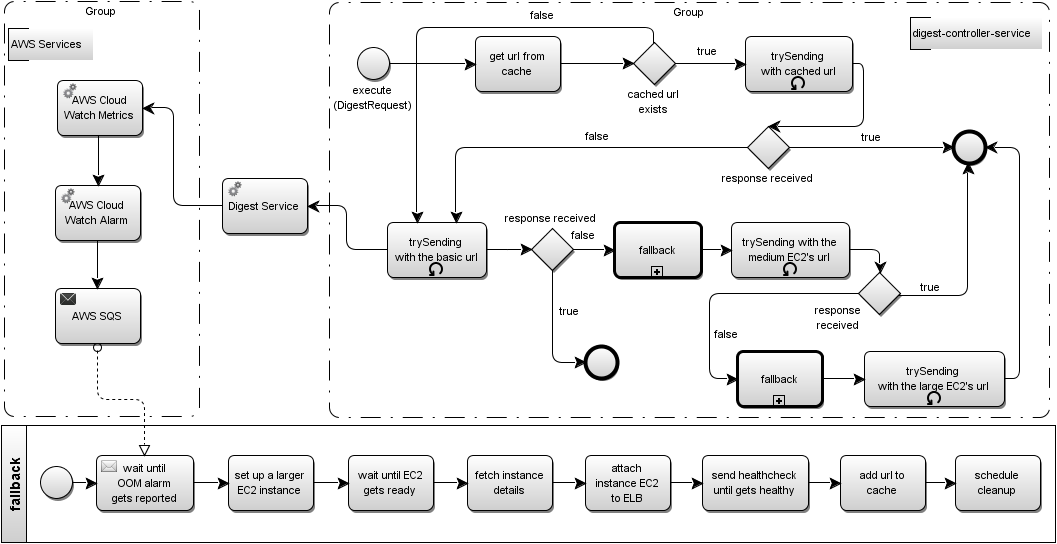
The BPMN diagram src/main/resources/fallback.png in smolnik/digest-controller-service, before a commit. Its source is kept beside it as src/main/resources/fallback.bpmn. Ids are renumbered.
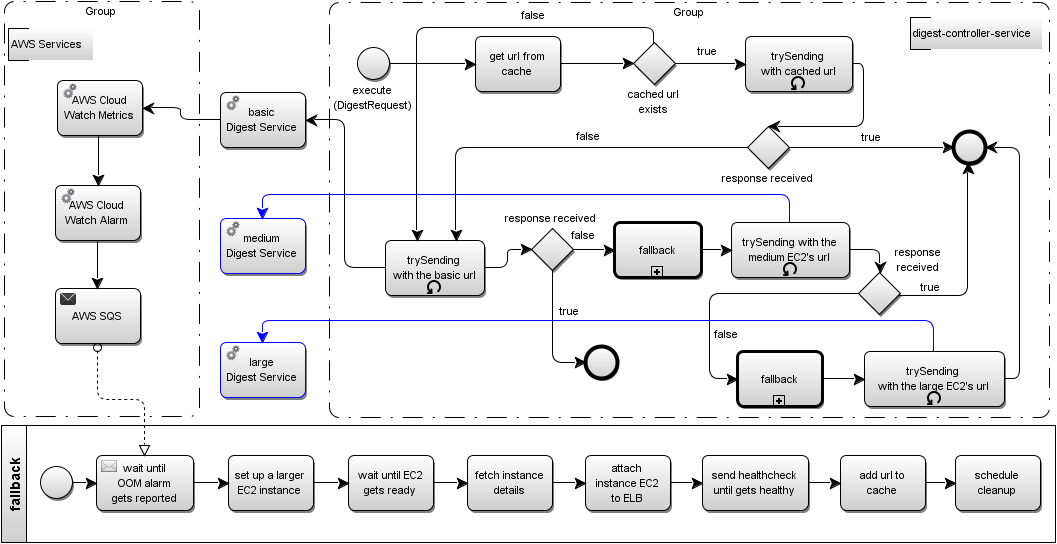
After the change.

Change to the diagram source:
```diff
@@ -18,8 +18,8 @@
     </exclusiveGateway>
-    <serviceTask completionQuantity="1" id="_16" implementation="##WebService" isForCompensation="false" name="Digest Service" startQuantity="1">
+    <serviceTask completionQuantity="1" id="_16" implementation="##WebService" isForCompensation="false" name="basic&#10;Digest Service" startQuantity="1">
       <incoming>_36</incoming>
-      <outgoing>_54</outgoing>
+      <outgoing>_51</outgoing>
     </serviceTask>
     <serviceTask completionQuantity="1" id="_18" implementation="##WebService" isForCompensation="false" name="AWS Cloud Watch Metrics" startQuantity="1">
-      <incoming>_54</incoming>
+      <incoming>_51</incoming>
       <outgoing>_55</outgoing>
@@ -53,2 +53,3 @@
       <outgoing>_41</outgoing>
+      <outgoing>_49</outgoing>
       <standardLoopCharacteristics testBefore="false"/>
@@ -73,2 +74,3 @@
       <outgoing>_53</outgoing>
+      <outgoing>_45</outgoing>
       <standardLoopCharacteristics testBefore="false"/>
@@ -88,3 +90,3 @@
       <extensionElements>
-        <yaoqiang:label offset-x="-41.0" offset-y="-14.0"/>
+        <yaoqiang:label offset-x="39.0" offset-y="-72.0"/>
       </extensionElements>
@@ -117,3 +119,7 @@
     <sequenceFlow id="_25" sourceRef="_2" targetRef="_15"/>
-    <sequenceFlow id="_36" sourceRef="_5" targetRef="_16"/>
+    <sequenceFlow id="_36" sourceRef="_5" targetRef="_16">
+      <extensionElements>
+        <yaoqiang:style strokeColor="#0000FF"/>
+      </extensionElements>
+    </sequenceFlow>
     <endEvent id="_44">
@@ -139,3 +145,2 @@
     <sequenceFlow id="_53" sourceRef="_32" targetRef="_35"/>
-    <sequenceFlow id="_54" sourceRef="_16" targetRef="_18"/>
     <sequenceFlow id="_55" sourceRef="_18" targetRef="_24"/>
@@ -143,2 +148,25 @@
     <sequenceFlow id="_65" sourceRef="_5" targetRef="_31"/>
+    <serviceTask completionQuantity="1" id="_42" implementation="##WebService" isForCompensation="false" name="medium&#10;Digest Service" startQuantity="1">
+      <extensionElements>
+        <yaoqiang:style strokeColor="#0000FF"/>
+      </extensionElements>
+      <incoming>_49</incoming>
+    </serviceTask>
+    <serviceTask completionQuantity="1" id="_43" implementation="##WebService" isForCompensation="false" name="large&#10;Digest Service" startQuantity="1">
+      <extensionElements>
+        <yaoqiang:style strokeColor="#0000FF"/>
+      </extensionElements>
+      <incoming>_45</incoming>
+    </serviceTask>
+    <sequenceFlow id="_45" sourceRef="_32" targetRef="_43">
+      <extensionElements>
+        <yaoqiang:style strokeColor="#0000FF"/>
+      </extensionElements>
+    </sequenceFlow>
+    <sequenceFlow id="_49" sourceRef="_27" targetRef="_42">
+      <extensionElements>
+        <yaoqiang:style strokeColor="#0000FF"/>
+      </extensionElements>
+    </sequenceFlow>
+    <sequenceFlow id="_51" sourceRef="_16" targetRef="_18"/>
   </process>
@@ -165,6 +193,6 @@
     <textAnnotation id="_69" textFormat="text/plain">
-      <text>digest-controller-service</text>
+      <text>Digest Controller Service</text>
     </textAnnotation>
+    <group categoryValueRef="CAT_1_1" id="_33"/>
     <group categoryValueRef="CAT_1_1" id="_34"/>
-    <group categoryValueRef="CAT_1_1" id="_33"/>
   </collaboration>
@@ -217,2 +245,8 @@
     <bpmndi:BPMNPlane bpmnElement="COLLABORATION_1">
+      <bpmndi:BPMNShape bpmnElement="_34" id="Yaoqiang-_34">
+        <dc:Bounds height="415.0" width="195.0" x="72.0" y="154.0"/>
+        <bpmndi:BPMNLabel>
+          <dc:Bounds height="19.8359375" width="36.0" x="151.5" y="156.0"/>
+        </bpmndi:BPMNLabel>
+      </bpmndi:BPMNShape>
       <bpmndi:BPMNShape bpmnElement="_33" id="Yaoqiang-_33">
@@ -221,8 +255,2 @@
           <dc:Bounds height="19.8359375" width="36.0" x="739.0" y="157.0"/>
-        </bpmndi:BPMNLabel>
-      </bpmndi:BPMNShape>
-      <bpmndi:BPMNShape bpmnElement="_34" id="Yaoqiang-_34">
-        <dc:Bounds height="415.0" width="195.0" x="72.0" y="154.0"/>
-        <bpmndi:BPMNLabel>
-          <dc:Bounds height="19.8359375" width="36.0" x="151.5" y="156.0"/>
         </bpmndi:BPMNLabel>
@@ -248,5 +276,5 @@
       <bpmndi:BPMNShape bpmnElement="_16" id="Yaoqiang-_16">
-        <dc:Bounds height="55.0" width="85.0" x="290.0" y="331.0"/>
+        <dc:Bounds height="55.0" width="85.0" x="288.0" y="245.0"/>
         <bpmndi:BPMNLabel>
-          <dc:Bounds height="19.8359375" width="76.0" x="294.5" y="350.58203125"/>
+          <dc:Bounds height="34.8359375" width="76.0" x="292.5" y="257.08203125"/>
         </bpmndi:BPMNLabel>
@@ -266,5 +294,5 @@
       <bpmndi:BPMNShape bpmnElement="_5" id="Yaoqiang-_5">
-        <dc:Bounds height="55.0" width="99.0" x="455.0" y="375.0"/>
+        <dc:Bounds height="55.0" width="99.0" x="453.0" y="393.0"/>
         <bpmndi:BPMNLabel>
-          <dc:Bounds height="34.8359375" width="89.0" x="460.0" y="387.08203125"/>
+          <dc:Bounds height="34.8359375" width="89.0" x="458.0" y="405.08203125"/>
         </bpmndi:BPMNLabel>
@@ -334,3 +362,3 @@
         <bpmndi:BPMNLabel>
-          <dc:Bounds height="34.8359375" width="52.0" x="880.0" y="455.0"/>
+          <dc:Bounds height="34.8359375" width="52.0" x="960.0" y="397.0"/>
         </bpmndi:BPMNLabel>
@@ -352,3 +380,15 @@
         <bpmndi:BPMNLabel>
-          <dc:Bounds height="19.8359375" width="124.0" x="978.0" y="178.08203125"/>
+          <dc:Bounds height="19.8359375" width="125.0" x="978.0" y="178.08203125"/>
+        </bpmndi:BPMNLabel>
+      </bpmndi:BPMNShape>
+      <bpmndi:BPMNShape bpmnElement="_42" id="Yaoqiang-_42">
+        <dc:Bounds height="55.0" width="85.0" x="288.0" y="371.0"/>
+        <bpmndi:BPMNLabel>
+          <dc:Bounds height="34.8359375" width="76.0" x="292.5" y="383.08203125"/>
+        </bpmndi:BPMNLabel>
+      </bpmndi:BPMNShape>
+      <bpmndi:BPMNShape bpmnElement="_43" id="Yaoqiang-_43">
+        <dc:Bounds height="55.0" width="85.0" x="288.0" y="495.0"/>
+        <bpmndi:BPMNLabel>
+          <dc:Bounds height="34.8359375" width="76.0" x="292.5" y="507.08203125"/>
         </bpmndi:BPMNLabel>
@@ -364,3 +404,3 @@
         <bpmndi:BPMNLabel>
-          <dc:Bounds height="19.8359375" width="6.0" x="121.83333333333326" y="659.4153645833333"/>
+          <dc:Bounds height="19.8359375" width="6.0" x="121.83333333333327" y="659.4153645833333"/>
         </bpmndi:BPMNLabel>
@@ -410,6 +450,6 @@
       <bpmndi:BPMNEdge bpmnElement="_59" id="Yaoqiang-_59" sourceElement="_19" targetElement="_20">
-        <di:waypoint x="381.5" y="635.5"/>
-        <di:waypoint x="416.5" y="635.5"/>
+        <di:waypoint x="381.0" y="635.5"/>
+        <di:waypoint x="416.0" y="635.5"/>
         <bpmndi:BPMNLabel>
-          <dc:Bounds height="19.8359375" width="6.0" x="396.0" y="625.58203125"/>
+          <dc:Bounds height="19.8359375" width="6.0" x="395.5" y="625.58203125"/>
         </bpmndi:BPMNLabel>
@@ -417,6 +457,6 @@
       <bpmndi:BPMNEdge bpmnElement="_58" id="Yaoqiang-_58" sourceElement="_13" targetElement="_19">
-        <di:waypoint x="261.5" y="635.5"/>
-        <di:waypoint x="296.5" y="635.5"/>
+        <di:waypoint x="261.0" y="635.5"/>
+        <di:waypoint x="296.0" y="635.5"/>
         <bpmndi:BPMNLabel>
-          <dc:Bounds height="19.8359375" width="6.0" x="276.0" y="625.58203125"/>
+          <dc:Bounds height="19.8359375" width="6.0" x="275.5" y="625.58203125"/>
         </bpmndi:BPMNLabel>
@@ -424,4 +464,4 @@
       <bpmndi:BPMNEdge bpmnElement="_25" id="Yaoqiang-_25" sourceElement="_2" targetElement="_15">
-        <di:waypoint x="457.49652740093575" y="216.33333333333331"/>
-        <di:waypoint x="543.5" y="216.5"/>
+        <di:waypoint x="457.99652740093575" y="216.33333333333331"/>
+        <di:waypoint x="543.0" y="216.5"/>
         <bpmndi:BPMNLabel>
@@ -431,4 +471,4 @@
       <bpmndi:BPMNEdge bpmnElement="_57" id="Yaoqiang-_57" sourceElement="_23" targetElement="_13">
-        <di:waypoint x="140.49652740093575" y="635.3333333333333"/>
-        <di:waypoint x="164.5" y="635.5"/>
+        <di:waypoint x="140.99652740093578" y="635.3333333333333"/>
+        <di:waypoint x="164.0" y="635.5"/>
         <bpmndi:BPMNLabel>
@@ -451,14 +491,6 @@
       </bpmndi:BPMNEdge>
-      <bpmndi:BPMNEdge bpmnElement="_54" id="Yaoqiang-_54" sourceElement="_16" targetElement="_18">
-        <di:waypoint x="290.5" y="358.5"/>
-        <di:waypoint x="242.0" y="291.0"/>
-        <di:waypoint x="210.5" y="260.5"/>
-        <bpmndi:BPMNLabel>
-          <dc:Bounds height="19.8359375" width="6.0" x="239.0" y="308.08203125"/>
-        </bpmndi:BPMNLabel>
-      </bpmndi:BPMNEdge>
       <bpmndi:BPMNEdge bpmnElement="_53" id="Yaoqiang-_53" sourceElement="_32" targetElement="_35">
-        <di:waypoint x="1072.5" y="531.5"/>
+        <di:waypoint x="1072.0" y="531.5"/>
         <di:waypoint x="1088.0" y="474.0"/>
-        <di:waypoint x="1053.5" y="300.0"/>
+        <di:waypoint x="1053.0" y="300.0"/>
         <bpmndi:BPMNLabel>
@@ -468,7 +500,14 @@
       <bpmndi:BPMNEdge bpmnElement="_52" id="Yaoqiang-_52" sourceElement="_39" targetElement="_35">
-        <di:waypoint x="966.5" y="448.0"/>
+        <di:waypoint x="966.0" y="448.0"/>
         <di:waypoint x="1036.0" y="448.0"/>
-        <di:waypoint x="1036.0" y="315.929532322074"/>
+        <di:waypoint x="1036.0" y="315.9687194226713"/>
         <bpmndi:BPMNLabel>
-          <dc:Bounds height="19.8359375" width="25.0" x="986.0" y="432.08203125"/>
+          <dc:Bounds height="19.8359375" width="25.0" x="985.5" y="432.08203125"/>
+        </bpmndi:BPMNLabel>
+      </bpmndi:BPMNEdge>
+      <bpmndi:BPMNEdge bpmnElement="_51" id="Yaoqiang-_51" sourceElement="_16" targetElement="_18">
+        <di:waypoint x="288.0" y="272.5"/>
+        <di:waypoint x="210.0" y="260.5"/>
+        <bpmndi:BPMNLabel>
+          <dc:Bounds height="19.8359375" width="6.0" x="246.0" y="256.58203125"/>
         </bpmndi:BPMNLabel>
@@ -476,6 +515,6 @@
       <bpmndi:BPMNEdge bpmnElement="_50" id="Yaoqiang-_50" sourceElement="_28" targetElement="_32">
-        <di:waypoint x="890.5" y="531.5"/>
-        <di:waypoint x="932.5" y="531.5"/>
+        <di:waypoint x="890.0" y="531.5"/>
+        <di:waypoint x="932.0" y="531.5"/>
         <bpmndi:BPMNLabel>
-          <dc:Bounds height="19.8359375" width="6.0" x="908.5" y="521.58203125"/>
+          <dc:Bounds height="19.8359375" width="6.0" x="908.0" y="521.58203125"/>
         </bpmndi:BPMNLabel>
@@ -483,7 +522,15 @@
       <bpmndi:BPMNEdge bpmnElement="_9" id="Yaoqiang-_9" sourceElement="_10" targetElement="_5">
-        <di:waypoint x="722.0" y="195.5"/>
+        <di:waypoint x="722.0" y="195.0"/>
         <di:waypoint x="485.0" y="180.0"/>
-        <di:waypoint x="485.0" y="375.0"/>
+        <di:waypoint x="485.0" y="393.0"/>
         <bpmndi:BPMNLabel>
-          <dc:Bounds height="19.8359375" width="30.0" x="595.75" y="160.08203125"/>
+          <dc:Bounds height="19.8359375" width="30.0" x="586.5" y="160.08203125"/>
+        </bpmndi:BPMNLabel>
+      </bpmndi:BPMNEdge>
+      <bpmndi:BPMNEdge bpmnElement="_49" id="Yaoqiang-_49" sourceElement="_27" targetElement="_42">
+        <di:waypoint x="858.0" y="375.0"/>
+        <di:waypoint x="596.0" y="347.0"/>
+        <di:waypoint x="330.5" y="371.0"/>
+        <bpmndi:BPMNLabel>
+          <dc:Bounds height="19.8359375" width="6.0" x="593.25" y="337.08203125"/>
         </bpmndi:BPMNLabel>
@@ -491,6 +538,6 @@
       <bpmndi:BPMNEdge bpmnElement="_17" id="Yaoqiang-_17" sourceElement="_15" targetElement="_10">
-        <di:waypoint x="628.5" y="216.5"/>
-        <di:waypoint x="701.5" y="216.0"/>
+        <di:waypoint x="628.0" y="216.5"/>
+        <di:waypoint x="701.0" y="216.0"/>
         <bpmndi:BPMNLabel>
-          <dc:Bounds height="19.8359375" width="6.0" x="661.75" y="206.08203125"/>
+          <dc:Bounds height="19.8359375" width="6.0" x="661.5" y="206.33203125"/>
         </bpmndi:BPMNLabel>
@@ -498,6 +545,6 @@
       <bpmndi:BPMNEdge bpmnElement="_48" id="Yaoqiang-_48" sourceElement="_22" targetElement="_27">
-        <di:waypoint x="769.5" y="402.5"/>
-        <di:waypoint x="799.5" y="402.5"/>
+        <di:waypoint x="769.0" y="402.5"/>
+        <di:waypoint x="799.0" y="402.5"/>
         <bpmndi:BPMNLabel>
-          <dc:Bounds height="19.8359375" width="6.0" x="781.5" y="392.58203125"/>
+          <dc:Bounds height="19.8359375" width="6.0" x="781.0" y="392.58203125"/>
         </bpmndi:BPMNLabel>
@@ -505,6 +552,14 @@
       <bpmndi:BPMNEdge bpmnElement="_47" id="Yaoqiang-_47" sourceElement="_31" targetElement="_22">
-        <di:waypoint x="641.5" y="402.0"/>
-        <di:waypoint x="682.5" y="402.5"/>
+        <di:waypoint x="641.0" y="402.0"/>
+        <di:waypoint x="682.0" y="402.5"/>
         <bpmndi:BPMNLabel>
-          <dc:Bounds height="19.8359375" width="30.0" x="636.5" y="380.08203125"/>
+          <dc:Bounds height="19.8359375" width="30.0" x="636.0" y="380.08203125"/>
+        </bpmndi:BPMNLabel>
+      </bpmndi:BPMNEdge>
+      <bpmndi:BPMNEdge bpmnElement="_46" id="Yaoqiang-_46" sourceElement="_31" targetElement="_44">
+        <di:waypoint x="621.0" y="422.0"/>
+        <di:waypoint x="621.0" y="515.0"/>
+        <di:waypoint x="653.0" y="515.0"/>
+        <bpmndi:BPMNLabel>
+          <dc:Bounds height="19.8359375" width="25.0" x="624.5" y="456.08203125"/>
         </bpmndi:BPMNLabel>
@@ -512,14 +567,14 @@
       <bpmndi:BPMNEdge bpmnElement="_14" id="Yaoqiang-_14" sourceElement="_10" targetElement="_26">
-        <di:waypoint x="743.5" y="216.0"/>
-        <di:waypoint x="813.5" y="216.5"/>
+        <di:waypoint x="743.0" y="216.0"/>
+        <di:waypoint x="813.0" y="216.5"/>
         <bpmndi:BPMNLabel>
-          <dc:Bounds height="19.8359375" width="25.0" x="763.75" y="195.58203125"/>
+          <dc:Bounds height="19.8359375" width="25.0" x="774.5" y="206.33203125"/>
         </bpmndi:BPMNLabel>
       </bpmndi:BPMNEdge>
-      <bpmndi:BPMNEdge bpmnElement="_46" id="Yaoqiang-_46" sourceElement="_31" targetElement="_44">
-        <di:waypoint x="621.0" y="422.5"/>
-        <di:waypoint x="621.0" y="515.0"/>
-        <di:waypoint x="653.5" y="515.0"/>
+      <bpmndi:BPMNEdge bpmnElement="_45" id="Yaoqiang-_45" sourceElement="_32" targetElement="_43">
+        <di:waypoint x="1002.0" y="504.0"/>
+        <di:waypoint x="663.0" y="473.0"/>
+        <di:waypoint x="330.5" y="495.0"/>
         <bpmndi:BPMNLabel>
-          <dc:Bounds height="19.8359375" width="25.0" x="625.0" y="456.08203125"/>
+          <dc:Bounds height="19.8359375" width="6.0" x="667.75" y="463.08203125"/>
         </bpmndi:BPMNLabel>
@@ -527,7 +582,7 @@
       <bpmndi:BPMNEdge bpmnElement="_12" id="Yaoqiang-_12" sourceElement="_11" targetElement="_35">
-        <di:waypoint x="857.5" y="300.0"/>
+        <di:waypoint x="857.0" y="300.0"/>
         <di:waypoint x="932.0" y="300.0"/>
-        <di:waypoint x="1021.5" y="300.0"/>
+        <di:waypoint x="1021.0" y="300.0"/>
         <bpmndi:BPMNLabel>
-          <dc:Bounds height="19.8359375" width="25.0" x="927.0" y="282.08203125"/>
+          <dc:Bounds height="19.8359375" width="25.0" x="926.5" y="282.08203125"/>
         </bpmndi:BPMNLabel>
@@ -535,5 +590,5 @@
       <bpmndi:BPMNEdge bpmnElement="_41" id="Yaoqiang-_41" sourceElement="_27" targetElement="_39">
-        <di:waypoint x="917.5" y="402.0"/>
+        <di:waypoint x="917.0" y="402.0"/>
         <di:waypoint x="948.0" y="402.0"/>
-        <di:waypoint x="948.0" y="425.5"/>
+        <di:waypoint x="948.0" y="426.0"/>
         <bpmndi:BPMNLabel>
@@ -543,5 +598,5 @@
       <bpmndi:BPMNEdge bpmnElement="_40" id="Yaoqiang-_40" sourceElement="_39" targetElement="_28">
-        <di:waypoint x="926.5" y="446.0"/>
+        <di:waypoint x="926.0" y="446.0"/>
         <di:waypoint x="778.0" y="471.0"/>
-        <di:waypoint x="805.5" y="531.5"/>
+        <di:waypoint x="805.0" y="531.5"/>
         <bpmndi:BPMNLabel>
@@ -551,5 +606,5 @@
       <bpmndi:BPMNEdge bpmnElement="_38" id="Yaoqiang-_38" sourceElement="_26" targetElement="_11">
-        <di:waypoint x="920.5" y="216.5"/>
+        <di:waypoint x="920.0" y="216.5"/>
         <di:waypoint x="932.0" y="279.0"/>
-        <di:waypoint x="836.5" y="279.0"/>
+        <di:waypoint x="836.0" y="279.0"/>
         <bpmndi:BPMNLabel>
@@ -559,7 +614,7 @@
       <bpmndi:BPMNEdge bpmnElement="_37" id="Yaoqiang-_37" sourceElement="_11" targetElement="_5">
-        <di:waypoint x="815.5" y="300.0"/>
+        <di:waypoint x="815.0" y="300.0"/>
         <di:waypoint x="524.0" y="300.0"/>
-        <di:waypoint x="524.0" y="375.0"/>
+        <di:waypoint x="524.0" y="393.0"/>
         <bpmndi:BPMNLabel>
-          <dc:Bounds height="19.8359375" width="30.0" x="650.25" y="281.08203125"/>
+          <dc:Bounds height="19.8359375" width="30.0" x="641.0" y="281.08203125"/>
         </bpmndi:BPMNLabel>
@@ -567,6 +622,6 @@
       <bpmndi:BPMNEdge bpmnElement="_36" id="Yaoqiang-_36" sourceElement="_5" targetElement="_16">
-        <di:waypoint x="455.5" y="402.5"/>
-        <di:waypoint x="375.5" y="358.5"/>
+        <di:waypoint x="453.0" y="420.5"/>
+        <di:waypoint x="373.0" y="272.5"/>
         <bpmndi:BPMNLabel>
-          <dc:Bounds height="19.8359375" width="6.0" x="412.0" y="371.08203125"/>
+          <dc:Bounds height="19.8359375" width="6.0" x="410.0" y="336.58203125"/>
         </bpmndi:BPMNLabel>
@@ -574,6 +629,6 @@
       <bpmndi:BPMNEdge bpmnElement="_65" id="Yaoqiang-_65" sourceElement="_5" targetElement="_31">
-        <di:waypoint x="554.5" y="402.5"/>
-        <di:waypoint x="599.5" y="402.0"/>
+        <di:waypoint x="552.0" y="420.5"/>
+        <di:waypoint x="599.0" y="402.0"/>
         <bpmndi:BPMNLabel>
-          <dc:Bounds height="19.8359375" width="6.0" x="573.75" y="392.08203125"/>
+          <dc:Bounds height="19.8359375" width="6.0" x="572.5" y="401.33203125"/>
         </bpmndi:BPMNLabel>
@@ -581,6 +636,6 @@
       <bpmndi:BPMNEdge bpmnElement="_64" id="Yaoqiang-_64" sourceElement="_8" targetElement="_7">
-        <di:waypoint x="993.5" y="635.5"/>
-        <di:waypoint x="1023.5" y="635.5"/>
+        <di:waypoint x="993.0" y="635.5"/>
+        <di:waypoint x="1023.0" y="635.5"/>
         <bpmndi:BPMNLabel>
-          <dc:Bounds height="19.8359375" width="6.0" x="1005.5" y="625.58203125"/>
+          <dc:Bounds height="19.8359375" width="6.0" x="1005.0" y="625.58203125"/>
         </bpmndi:BPMNLabel>
@@ -588,6 +643,6 @@
       <bpmndi:BPMNEdge bpmnElement="_63" id="Yaoqiang-_63" sourceElement="_6" targetElement="_8">
-        <di:waypoint x="876.5" y="635.5"/>
-        <di:waypoint x="908.5" y="635.5"/>
+        <di:waypoint x="876.0" y="635.5"/>
+        <di:waypoint x="908.0" y="635.5"/>
         <bpmndi:BPMNLabel>
-          <dc:Bounds height="19.8359375" width="6.0" x="889.5" y="625.58203125"/>
+          <dc:Bounds height="19.8359375" width="6.0" x="889.0" y="625.58203125"/>
         </bpmndi:BPMNLabel>
@@ -602,6 +657,6 @@
       <bpmndi:BPMNEdge bpmnElement="_62" id="Yaoqiang-_62" sourceElement="_4" targetElement="_6">
-        <di:waypoint x="738.5" y="635.5"/>
-        <di:waypoint x="770.5" y="635.5"/>
+        <di:waypoint x="738.0" y="635.5"/>
+        <di:waypoint x="770.0" y="635.5"/>
         <bpmndi:BPMNLabel>
-          <dc:Bounds height="19.8359375" width="6.0" x="751.5" y="625.58203125"/>
+          <dc:Bounds height="19.8359375" width="6.0" x="751.0" y="625.58203125"/>
         </bpmndi:BPMNLabel>
@@ -609,6 +664,6 @@
       <bpmndi:BPMNEdge bpmnElement="_61" id="Yaoqiang-_61" sourceElement="_3" targetElement="_4">
-        <di:waypoint x="620.5" y="635.5"/>
-        <di:waypoint x="653.5" y="635.5"/>
+        <di:waypoint x="620.0" y="635.5"/>
+        <di:waypoint x="653.0" y="635.5"/>
         <bpmndi:BPMNLabel>
-          <dc:Bounds height="19.8359375" width="6.0" x="634.0" y="625.58203125"/>
+          <dc:Bounds height="19.8359375" width="6.0" x="633.5" y="625.58203125"/>
         </bpmndi:BPMNLabel>
@@ -616,6 +671,6 @@
       <bpmndi:BPMNEdge bpmnElement="_60" id="Yaoqiang-_60" sourceElement="_20" targetElement="_3">
-        <di:waypoint x="501.5" y="635.5"/>
-        <di:waypoint x="535.5" y="635.5"/>
+        <di:waypoint x="501.0" y="635.5"/>
+        <di:waypoint x="535.0" y="635.5"/>
         <bpmndi:BPMNLabel>
-          <dc:Bounds height="19.8359375" width="6.0" x="515.5" y="625.58203125"/>
+          <dc:Bounds height="19.8359375" width="6.0" x="515.0" y="625.58203125"/>
         </bpmndi:BPMNLabel>
```
